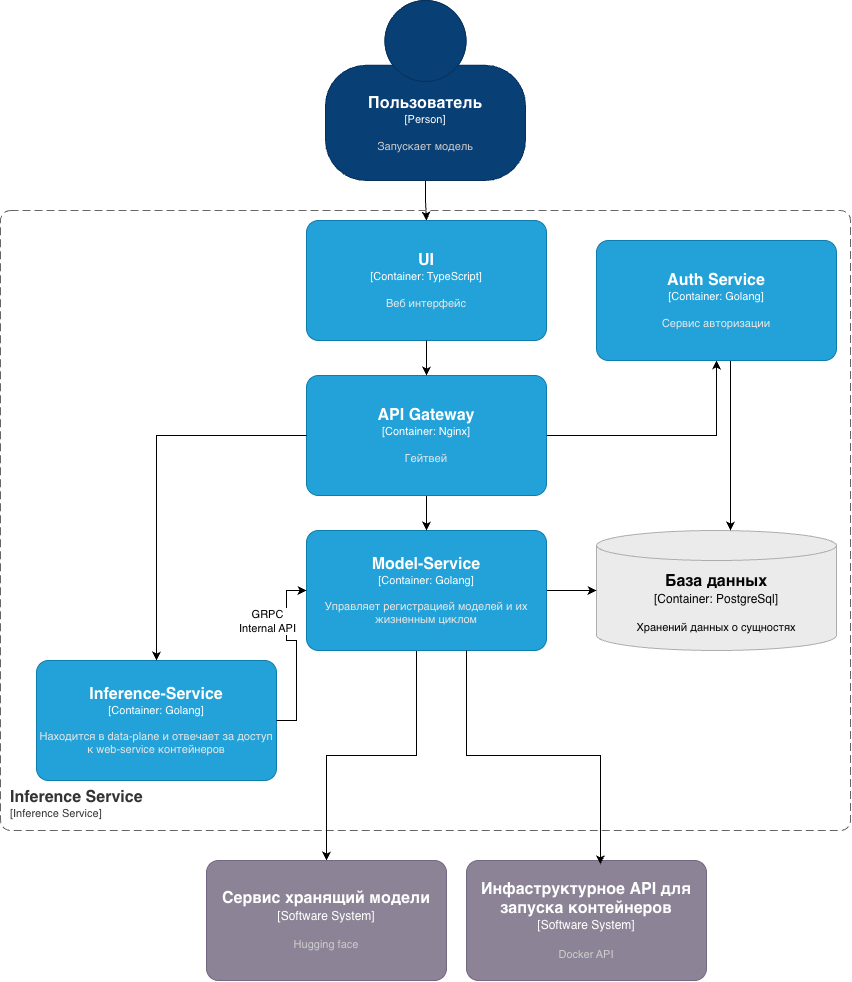
jur4ikoff/inference-platform keeps this draw.io diagram as docs/img/C4-l2.png. Above is the earlier version. Source tidied: cells renumbered, new cells last; positions are measured from the earlier drawing's top-left corner, leaving out a move shared by most shapes.
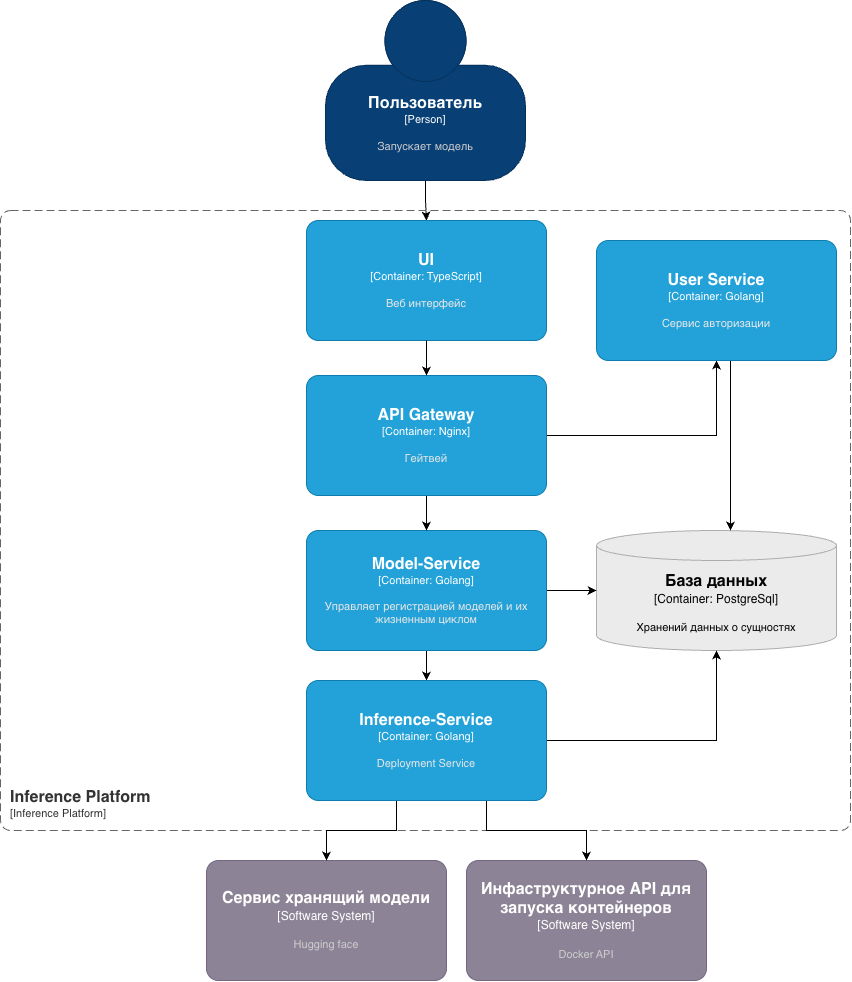
The same file after the commit.

Diff of the diagram source:
```diff
@@ -5,7 +5,7 @@
     <mxCell id="2" style="edgeStyle=orthogonalEdgeStyle;rounded=0;jettySize=auto;html=1;exitX=0.5;exitY=1;exitDx=0;exitDy=0;exitPerimeter=0;entryX=0.5;entryY=0;entryDx=0;entryDy=0;entryPerimeter=0;" parent="1" edge="1" source="5" target="6">
       <mxGeometry relative="1" as="geometry" />
     </mxCell>
-    <object id="3" label="&lt;font style=&quot;font-size: 16px&quot;&gt;&lt;b&gt;&lt;div style=&quot;text-align: left&quot;&gt;%c4Name%&lt;/div&gt;&lt;/b&gt;&lt;/font&gt;&lt;div style=&quot;text-align: left&quot;&gt;[%c4Application%]&lt;/div&gt;" c4Application="Inference Service" c4Name="Inference Service" c4Type="SystemScopeBoundary" placeholders="1">
+    <object id="3" label="&lt;font style=&quot;font-size: 16px&quot;&gt;&lt;b&gt;&lt;div style=&quot;text-align: left&quot;&gt;%c4Name%&lt;/div&gt;&lt;/b&gt;&lt;/font&gt;&lt;div style=&quot;text-align: left&quot;&gt;[%c4Application%]&lt;/div&gt;" c4Application="Inference Platform" c4Name="Inference Platform" c4Type="SystemScopeBoundary" placeholders="1">
       <mxCell style="rounded=1;fontSize=11;whiteSpace=wrap;html=1;dashed=1;arcSize=20;fillColor=none;strokeColor=#666666;fontColor=#333333;labelBackgroundColor=none;align=left;verticalAlign=bottom;labelBorderColor=none;spacingTop=0;spacing=10;dashPattern=8 4;perimeter=rectanglePerimeter;noLabel=0;labelPadding=0;absoluteArcSize=1;" parent="1" vertex="1">
         <mxGeometry y="210" width="850" height="620" as="geometry" />
       </mxCell>
@@ -28,14 +28,9 @@
     <mxCell id="7" style="edgeStyle=orthogonalEdgeStyle;rounded=0;jettySize=auto;html=1;" parent="1" edge="1" source="9" target="4">
       <mxGeometry relative="1" as="geometry" />
     </mxCell>
-    <mxCell id="8" style="edgeStyle=orthogonalEdgeStyle;rounded=0;jettySize=auto;html=1;" parent="1" edge="1" source="9" target="10">
-      <mxGeometry x="-0.03" relative="1" as="geometry">
-        <Array as="points">
-          <mxPoint x="416" y="755" />
-          <mxPoint x="326" y="755" />
-        </Array>
-      </mxGeometry>
-    </mxCell>
+    <mxCell id="23" style="edgeStyle=orthogonalEdgeStyle;rounded=0;jettySize=auto;html=1;" parent="1" edge="1" source="9" target="18">
+      <mxGeometry relative="1" as="geometry" />
+    </mxCell>
     <object id="9" label="&lt;font style=&quot;font-size: 16px&quot;&gt;&lt;b&gt;%c4Name%&lt;/b&gt;&lt;/font&gt;&lt;div&gt;[%c4Type%: %c4Technology%]&lt;/div&gt;&lt;br&gt;&lt;div&gt;&lt;font style=&quot;font-size: 11px&quot;&gt;&lt;font color=&quot;#E6E6E6&quot;&gt;%c4Description%&lt;/font&gt;&lt;/div&gt;" c4Description="Управляет регистрацией моделей и их жизненным циклом" c4Name="Model-Service" c4Technology="Golang" c4Type="Container" placeholders="1">
       <mxCell style="rounded=1;whiteSpace=wrap;html=1;fontSize=11;labelBackgroundColor=none;fillColor=#23A2D9;fontColor=#ffffff;align=center;arcSize=10;strokeColor=#0E7DAD;points=[[0.25,0,0],[0.5,0,0],[0.75,0,0],[1,0.25,0],[1,0.5,0],[1,0.75,0],[0.75,1,0],[0.5,1,0],[0.25,1,0],[0,0.75,0],[0,0.5,0],[0,0.25,0]];" parent="1" vertex="1">
         <mxGeometry x="306" y="530" width="240" height="120" as="geometry" />
@@ -73,34 +68,34 @@
         </Array>
       </mxGeometry>
     </mxCell>
-    <object id="17" label="&lt;font style=&quot;font-size: 16px&quot;&gt;&lt;b&gt;%c4Name%&lt;/b&gt;&lt;/font&gt;&lt;div&gt;[%c4Type%: %c4Technology%]&lt;/div&gt;&lt;br&gt;&lt;div&gt;&lt;font style=&quot;font-size: 11px&quot;&gt;&lt;font color=&quot;#E6E6E6&quot;&gt;%c4Description%&lt;/font&gt;&lt;/div&gt;" c4Description="Сервис авторизации" c4Name="Auth Service" c4Technology="Golang" c4Type="Container" placeholders="1">
+    <object id="17" label="&lt;font style=&quot;font-size: 16px&quot;&gt;&lt;b&gt;%c4Name%&lt;/b&gt;&lt;/font&gt;&lt;div&gt;[%c4Type%: %c4Technology%]&lt;/div&gt;&lt;br&gt;&lt;div&gt;&lt;font style=&quot;font-size: 11px&quot;&gt;&lt;font color=&quot;#E6E6E6&quot;&gt;%c4Description%&lt;/font&gt;&lt;/div&gt;" c4Description="Сервис авторизации" c4Name="User Service" c4Technology="Golang" c4Type="Container" placeholders="1">
       <mxCell style="rounded=1;whiteSpace=wrap;html=1;fontSize=11;labelBackgroundColor=none;fillColor=#23A2D9;fontColor=#ffffff;align=center;arcSize=10;strokeColor=#0E7DAD;points=[[0.25,0,0],[0.5,0,0],[0.75,0,0],[1,0.25,0],[1,0.5,0],[1,0.75,0],[0.75,1,0],[0.5,1,0],[0.25,1,0],[0,0.75,0],[0,0.5,0],[0,0.25,0]];" parent="1" vertex="1">
         <mxGeometry x="596" y="240" width="240" height="120" as="geometry" />
       </mxCell>
     </object>
+    <mxCell id="24" style="edgeStyle=orthogonalEdgeStyle;rounded=0;jettySize=auto;html=1;" parent="1" edge="1" source="18" target="10">
+      <mxGeometry x="-0.23" relative="1" as="geometry">
+        <Array as="points">
+          <mxPoint x="396" y="830" />
+          <mxPoint x="326" y="830" />
+        </Array>
+      </mxGeometry>
+    </mxCell>
+    <mxCell id="25" style="edgeStyle=orthogonalEdgeStyle;rounded=0;jettySize=auto;html=1;" parent="1" edge="1" source="18" target="11">
+      <mxGeometry x="-0.38" relative="1" as="geometry">
+        <Array as="points">
+          <mxPoint x="486" y="830" />
+          <mxPoint x="586" y="830" />
+        </Array>
+      </mxGeometry>
+    </mxCell>
+    <mxCell id="26" style="edgeStyle=orthogonalEdgeStyle;rounded=0;jettySize=auto;html=1;" parent="1" edge="1" source="18" target="4">
+      <mxGeometry relative="1" as="geometry" />
+    </mxCell>
-    <object id="18" label="&lt;font style=&quot;font-size: 16px&quot;&gt;&lt;b&gt;%c4Name%&lt;/b&gt;&lt;/font&gt;&lt;div&gt;[%c4Type%: %c4Technology%]&lt;/div&gt;&lt;br&gt;&lt;div&gt;&lt;font style=&quot;font-size: 11px&quot;&gt;&lt;font color=&quot;#E6E6E6&quot;&gt;%c4Description%&lt;/font&gt;&lt;/div&gt;" c4Description="Находится в data-plane и отвечает за доступ к web-service контейнеров" c4Name="Inference-Service" c4Technology="Golang" c4Type="Container" placeholders="1">
+    <object id="18" label="&lt;font style=&quot;font-size: 16px&quot;&gt;&lt;b&gt;%c4Name%&lt;/b&gt;&lt;/font&gt;&lt;div&gt;[%c4Type%: %c4Technology%]&lt;/div&gt;&lt;br&gt;&lt;div&gt;&lt;font style=&quot;font-size: 11px&quot;&gt;&lt;font color=&quot;#E6E6E6&quot;&gt;%c4Description%&lt;/font&gt;&lt;/div&gt;" c4Description="Deployment Service" c4Name="Inference-Service" c4Technology="Golang" c4Type="Container" placeholders="1">
       <mxCell style="rounded=1;whiteSpace=wrap;html=1;fontSize=11;labelBackgroundColor=none;fillColor=#23A2D9;fontColor=#ffffff;align=center;arcSize=10;strokeColor=#0E7DAD;points=[[0.25,0,0],[0.5,0,0],[0.75,0,0],[1,0.25,0],[1,0.5,0],[1,0.75,0],[0.75,1,0],[0.5,1,0],[0.25,1,0],[0,0.75,0],[0,0.5,0],[0,0.25,0]];" parent="1" vertex="1">
-        <mxGeometry x="36" y="660" width="240" height="120" as="geometry" />
+        <mxGeometry x="306" y="680" width="240" height="120" as="geometry" />
       </mxCell>
     </object>
-    <mxCell id="19" style="edgeStyle=orthogonalEdgeStyle;rounded=0;jettySize=auto;html=1;entryX=0.5;entryY=0;entryDx=0;entryDy=0;entryPerimeter=0;" parent="1" edge="1" source="14" target="18">
-      <mxGeometry relative="1" as="geometry" />
-    </mxCell>
-    <mxCell id="20" style="edgeStyle=orthogonalEdgeStyle;rounded=0;jettySize=auto;html=1;entryX=0.558;entryY=0.031;entryDx=0;entryDy=0;entryPerimeter=0;" parent="1" edge="1" source="9" target="11">
-      <mxGeometry x="-0.11" relative="1" as="geometry">
-        <Array as="points">
-          <mxPoint x="466" y="755" />
-          <mxPoint x="599.9" y="755" />
-        </Array>
-      </mxGeometry>
-    </mxCell>
-    <mxCell id="21" style="edgeStyle=orthogonalEdgeStyle;rounded=0;jettySize=auto;html=1;entryX=0;entryY=0.5;entryDx=0;entryDy=0;entryPerimeter=0;" parent="1" edge="1" source="18" target="9">
-      <mxGeometry relative="1" as="geometry" />
-    </mxCell>
-    <mxCell id="22" value="GRPC&lt;div&gt;Internal API&lt;/div&gt;" style="edgeLabel;html=1;align=center;verticalAlign=middle;" parent="21" vertex="1">
-      <mxGeometry x="0.02" y="1" relative="1" as="geometry">
-        <mxPoint x="-29" y="-28" as="offset" />
-      </mxGeometry>
-    </mxCell>
   </root>
 </mxGraphModel>
```
